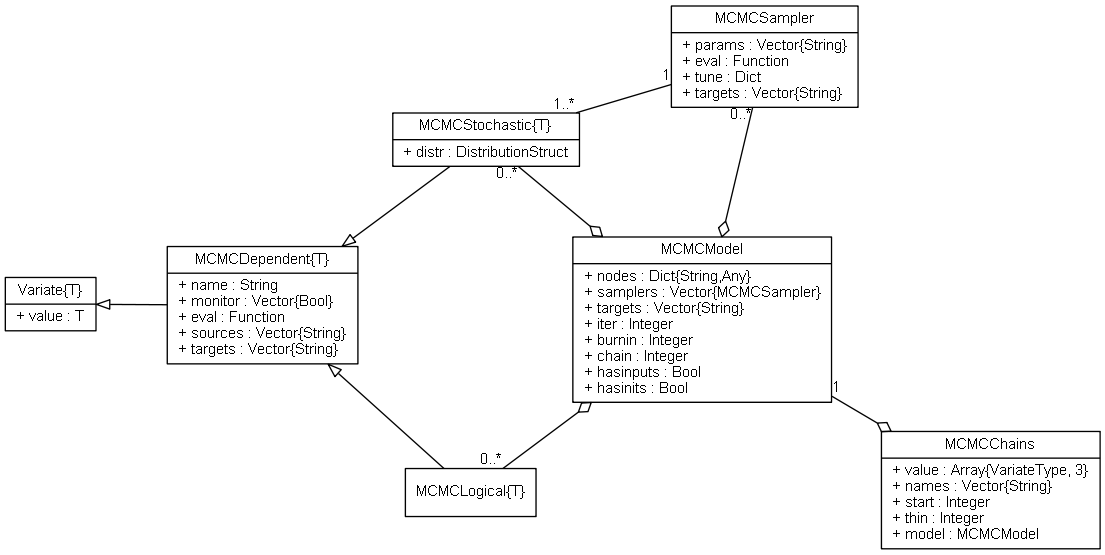
Above: doc/images/mcmcUML.png in brian-j-smith/Mamba.jl (Graphviz), before the change. Its source is kept beside it as doc/images/mcmcUML.dot.
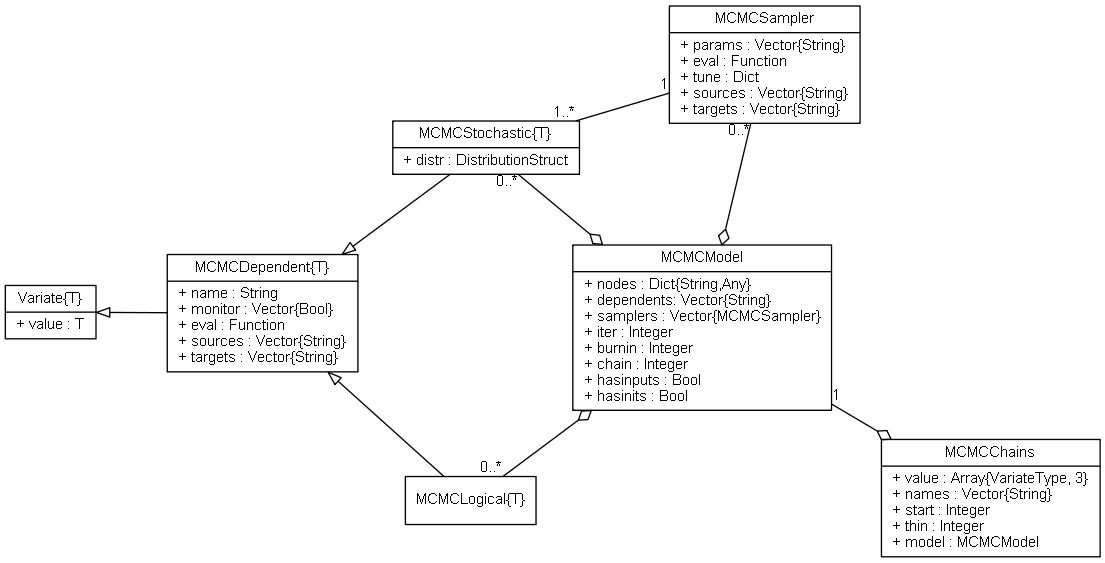
Above is the later version.

What changed in the source:
```diff
@@ -16,9 +16,9 @@
 
 	MCMCStochastic [label = "{MCMCStochastic\{T\}|+ distr : DistributionStruct\l}"]
 
-	MCMCSampler [label = "{MCMCSampler|+ params : Vector\{String\}\l+ eval : Function\l+ tune : Dict\l+ targets : Vector\{String\}\l}"]
+	MCMCSampler [label = "{MCMCSampler|+ params : Vector\{String\}\l+ eval : Function\l+ tune : Dict\l+ sources : Vector\{String\}\l+ targets : Vector\{String\}\l}"]
 
-	MCMCModel [label = "{MCMCModel|+ nodes : Dict\{String,Any\}\l+ samplers : Vector\{MCMCSampler\}\l+ targets : Vector\{String\}\l+ iter : Integer\l+ burnin : Integer\l+ chain : Integer\l+ hasinputs : Bool\l+ hasinits : Bool\l}"]
+	MCMCModel [label = "{MCMCModel|+ nodes : Dict\{String,Any\}\l+ dependents: Vector\{String\}\l+ samplers : Vector\{MCMCSampler\}\l+ iter : Integer\l+ burnin : Integer\l+ chain : Integer\l+ hasinputs : Bool\l+ hasinits : Bool\l}"]
 
 	MCMCChains [label = "{MCMCChains|+ value : Array\{VariateType, 3\}\l+ names : Vector\{String\}\l+ start : Integer\l+ thin : Integer\l+ model : MCMCModel\l}"]
 
```
